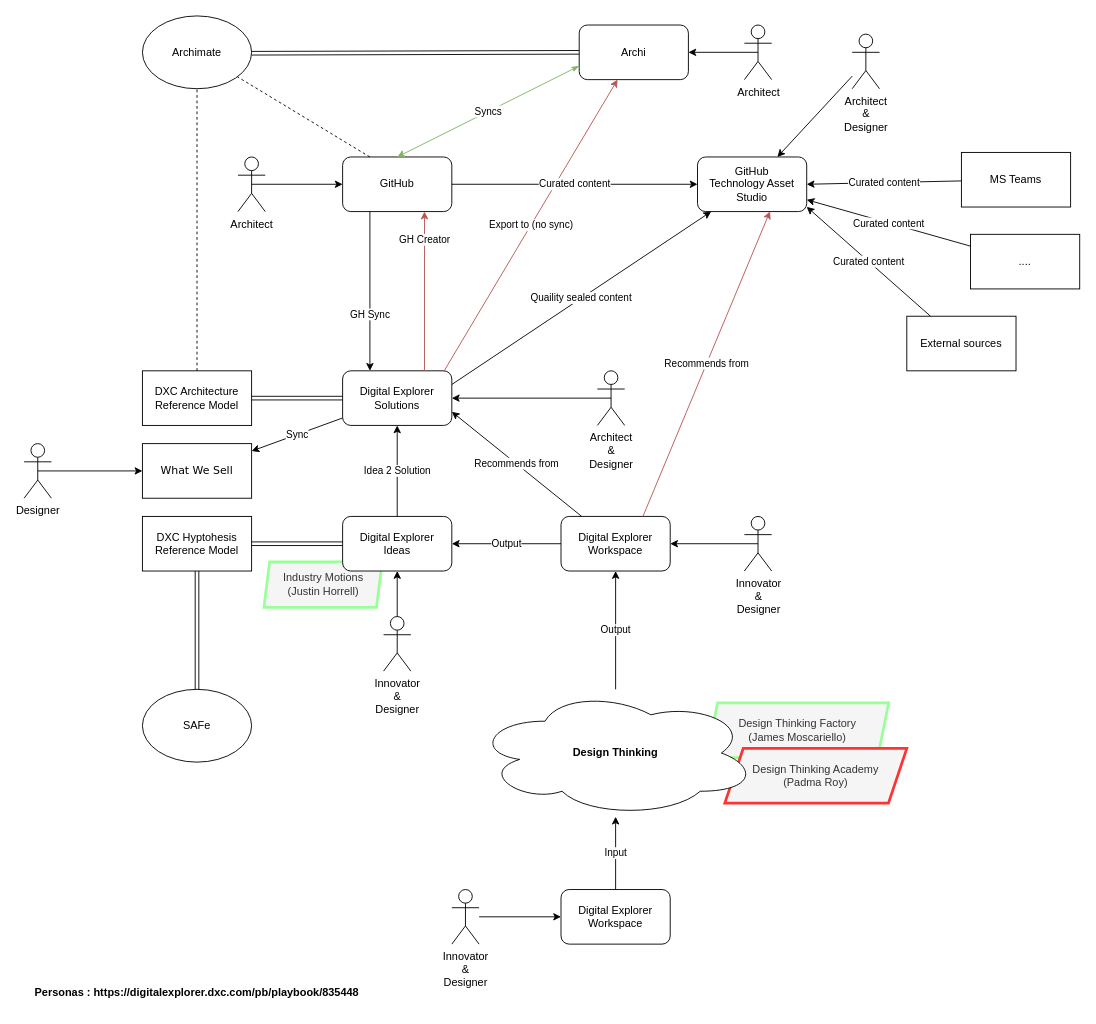
Above: internalContent/Flows/ArchitecturalFlows.drawio in EnglishSid/DigitalExplorerSpecs (draw.io), before the change. Source tidied: cells renumbered, new cells numbered last; positions are measured from the earlier drawing's top-left corner, leaving out a move shared by most shapes. Both pictures are drawn from the tidied source at 91%, with x=0, y=0 at pixel (24, 15).
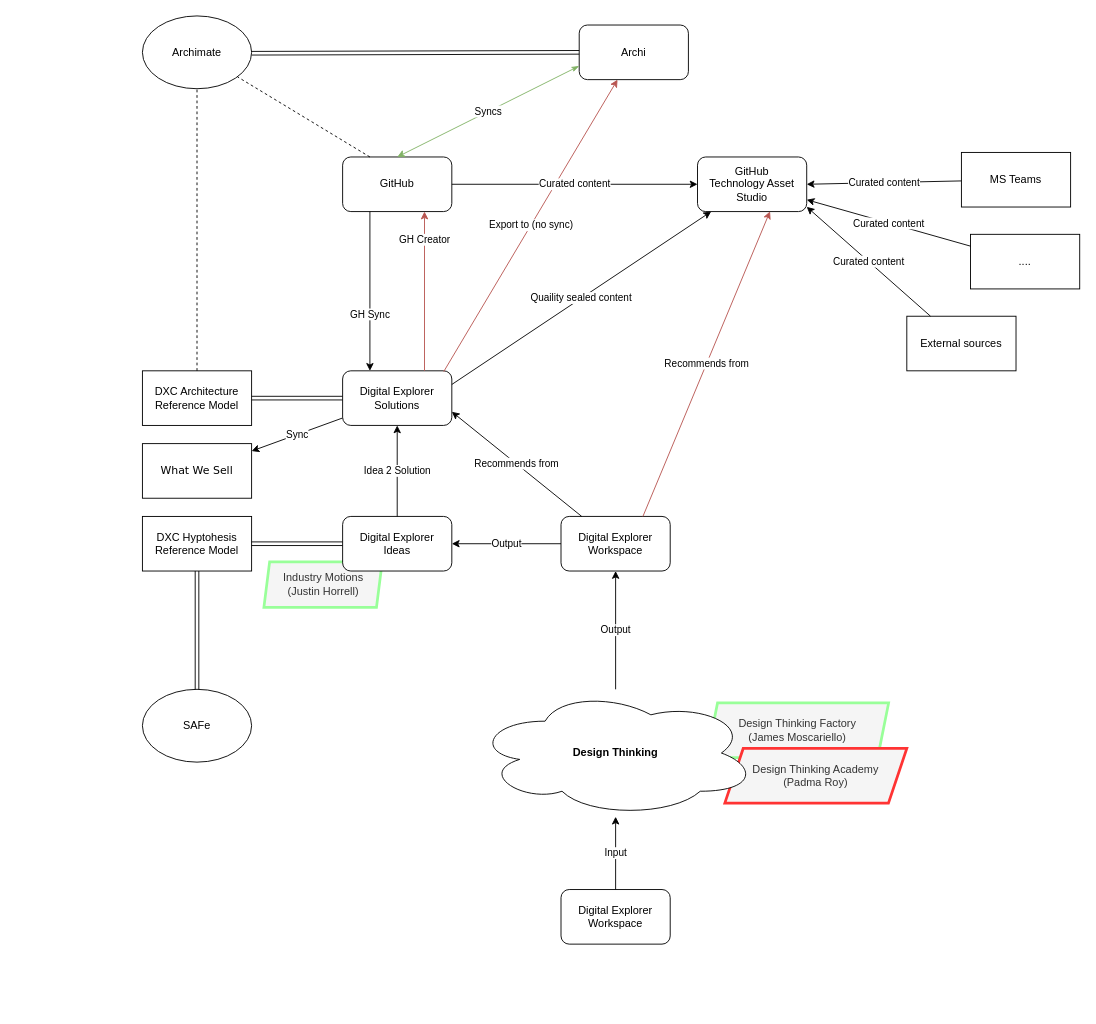
Above is the later version.

The change refers to these unchanged cells:
```xml
<mxCell id="7" value="GitHub" style="rounded=1;whiteSpace=wrap;html=1;" parent="5" vertex="1">
  <mxGeometry x="350" y="155" width="120" height="60" as="geometry" />
</mxCell>
<mxCell id="8" value="Digital Explorer Solutions" style="rounded=1;whiteSpace=wrap;html=1;" parent="5" vertex="1">
  <mxGeometry x="350" y="390" width="120" height="60" as="geometry" />
</mxCell>
<mxCell id="9" value="Archi" style="rounded=1;whiteSpace=wrap;html=1;" parent="5" vertex="1">
  <mxGeometry x="610" y="10" width="120" height="60" as="geometry" />
</mxCell>
<mxCell id="16" value="Digital Explorer &lt;br&gt;Ideas" style="rounded=1;whiteSpace=wrap;html=1;" parent="5" vertex="1">
  <mxGeometry x="350" y="550" width="120" height="60" as="geometry" />
</mxCell>
<mxCell id="27" value="Digital Explorer Workspace" style="rounded=1;whiteSpace=wrap;html=1;" parent="5" vertex="1">
  <mxGeometry x="590" y="550" width="120" height="60" as="geometry" />
</mxCell>
<mxCell id="31" value="GitHub&lt;br&gt;Technology Asset Studio" style="rounded=1;whiteSpace=wrap;html=1;" parent="5" vertex="1">
  <mxGeometry x="740" y="155" width="120" height="60" as="geometry" />
</mxCell>
<mxCell id="43" value="What We Sell" style="rounded=0;whiteSpace=wrap;html=1;fontFamily=Verdana;" parent="5" vertex="1">
  <mxGeometry x="130" y="470" width="120" height="60" as="geometry" />
</mxCell>
```

What changed in the source:
```diff
@@
-    <mxCell id="44" parent="0" />
-    <mxCell id="45" value="Architect" style="shape=umlActor;verticalLabelPosition=bottom;labelBackgroundColor=#ffffff;verticalAlign=top;html=1;" parent="44" vertex="1">
-      <mxGeometry x="235" y="155" width="30" height="60" as="geometry" />
-    </mxCell>
-    <mxCell id="46" value="Architect&lt;br&gt;&amp;amp;&lt;br&gt;Designer" style="shape=umlActor;verticalLabelPosition=bottom;labelBackgroundColor=#ffffff;verticalAlign=top;html=1;outlineConnect=0;" parent="44" vertex="1">
-      <mxGeometry x="630" y="390" width="30" height="60" as="geometry" />
-    </mxCell>
-    <mxCell id="47" style="endArrow=classic;html=1;" parent="44" edge="1" target="7">
-      <mxGeometry relative="1" as="geometry">
-        <mxPoint x="250" y="185" as="sourcePoint" />
-      </mxGeometry>
-    </mxCell>
-    <mxCell id="48" value="Innovator&lt;br&gt;&amp;amp;&lt;br&gt;Designer" style="shape=umlActor;verticalLabelPosition=bottom;labelBackgroundColor=#ffffff;verticalAlign=top;html=1;outlineConnect=0;" parent="44" vertex="1">
-      <mxGeometry x="395" y="660" width="30" height="60" as="geometry" />
-    </mxCell>
-    <mxCell id="49" style="endArrow=classic;html=1;exitX=0.5;exitY=0;exitDx=0;exitDy=0;exitPerimeter=0;" parent="44" edge="1" source="48" target="16">
-      <mxGeometry relative="1" as="geometry" />
-    </mxCell>
-    <mxCell id="50" style="endArrow=classic;html=1;exitX=0.5;exitY=0.5;exitDx=0;exitDy=0;exitPerimeter=0;" parent="44" edge="1" source="46" target="8">
-      <mxGeometry relative="1" as="geometry" />
-    </mxCell>
-    <mxCell id="51" value="Innovator&lt;br&gt;&amp;amp;&lt;br&gt;Designer" style="shape=umlActor;verticalLabelPosition=bottom;labelBackgroundColor=#ffffff;verticalAlign=top;html=1;outlineConnect=0;" parent="44" vertex="1">
-      <mxGeometry x="470" y="960" width="30" height="60" as="geometry" />
-    </mxCell>
-    <mxCell id="52" style="endArrow=classic;html=1;" parent="44" edge="1" source="51">
-      <mxGeometry relative="1" as="geometry">
-        <mxPoint x="590" y="990" as="targetPoint" />
-      </mxGeometry>
-    </mxCell>
-    <mxCell id="53" value="Innovator&lt;br&gt;&amp;amp;&lt;br&gt;Designer" style="shape=umlActor;verticalLabelPosition=bottom;labelBackgroundColor=#ffffff;verticalAlign=top;html=1;outlineConnect=0;" parent="44" vertex="1">
-      <mxGeometry x="791.5" y="550" width="30" height="60" as="geometry" />
-    </mxCell>
-    <mxCell id="54" style="endArrow=classic;html=1;exitX=0.5;exitY=0.5;exitDx=0;exitDy=0;exitPerimeter=0;" parent="44" edge="1" source="53" target="27">
-      <mxGeometry relative="1" as="geometry" />
-    </mxCell>
-    <mxCell id="55" value="Architect&lt;br&gt;&amp;amp;&lt;br&gt;Designer" style="shape=umlActor;verticalLabelPosition=bottom;labelBackgroundColor=#ffffff;verticalAlign=top;html=1;outlineConnect=0;" parent="44" vertex="1">
-      <mxGeometry x="910" y="20" width="30" height="60" as="geometry" />
-    </mxCell>
-    <mxCell id="56" style="endArrow=classic;html=1;" parent="44" edge="1" source="55" target="31">
-      <mxGeometry relative="1" as="geometry" />
-    </mxCell>
-    <mxCell id="57" value="Architect" style="shape=umlActor;verticalLabelPosition=bottom;labelBackgroundColor=#ffffff;verticalAlign=top;html=1;outlineConnect=0;" parent="44" vertex="1">
-      <mxGeometry x="791.5" y="10" width="30" height="60" as="geometry" />
-    </mxCell>
-    <mxCell id="58" style="endArrow=classic;html=1;exitX=0.5;exitY=0.5;exitDx=0;exitDy=0;exitPerimeter=0;" parent="44" edge="1" source="57" target="9">
-      <mxGeometry relative="1" as="geometry" />
-    </mxCell>
-    <mxCell id="59" value="Personas : https://digitalexplorer.dxc.com/pb/playbook/835448" style="text;html=1;fontStyle=1;" parent="44" vertex="1">
-      <mxGeometry x="10" y="1060" width="400" height="30" as="geometry" />
-    </mxCell>
-    <mxCell id="60" value="Designer" style="shape=umlActor;verticalLabelPosition=bottom;labelBackgroundColor=#ffffff;verticalAlign=top;html=1;outlineConnect=0;" parent="44" vertex="1">
-      <mxGeometry y="470" width="30" height="60" as="geometry" />
-    </mxCell>
-    <mxCell id="61" style="endArrow=classic;html=1;exitX=0.5;exitY=0.5;exitDx=0;exitDy=0;exitPerimeter=0;" parent="44" edge="1" source="60" target="43">
-      <mxGeometry relative="1" as="geometry" />
-    </mxCell>
```
